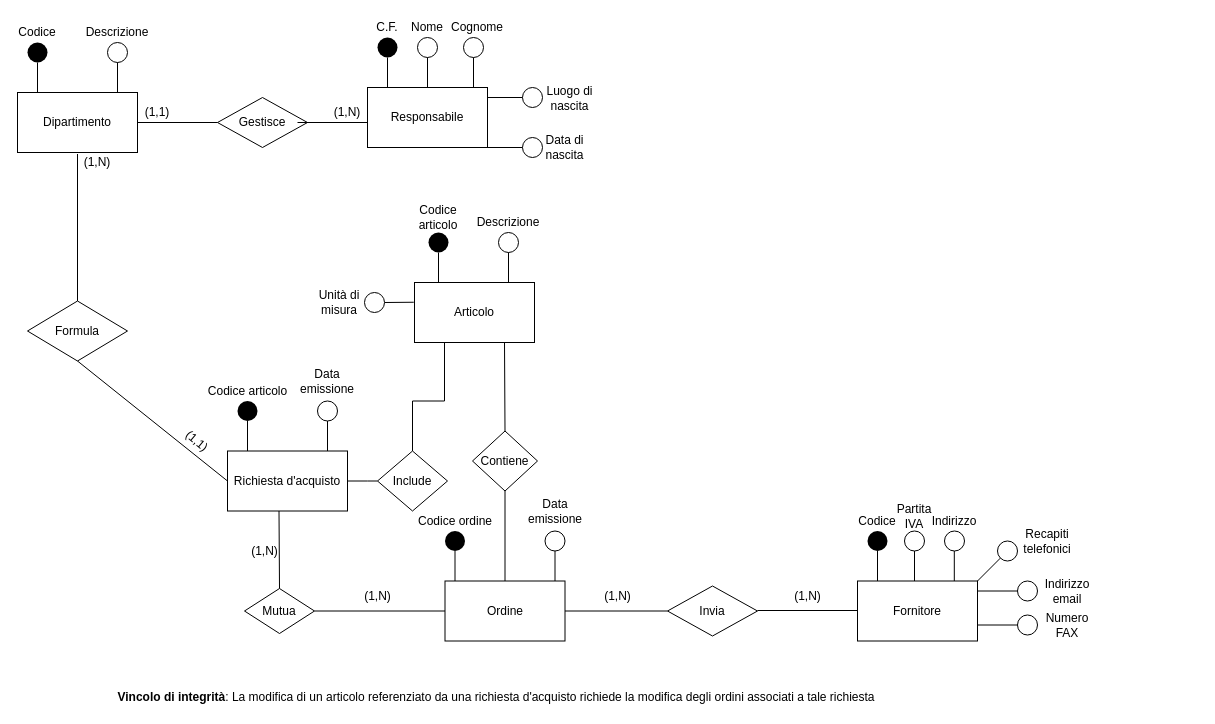
Earlier version of the draw.io diagram newEr.drawio (FraBomba6/Progetto_BdD). Source tidied: cells renumbered, new cells numbered last; positions are measured from the earlier drawing's top-left corner, leaving out a move shared by most shapes. Both pictures are drawn from the tidied source at 100%, with x=0, y=0 at pixel (17, 17).
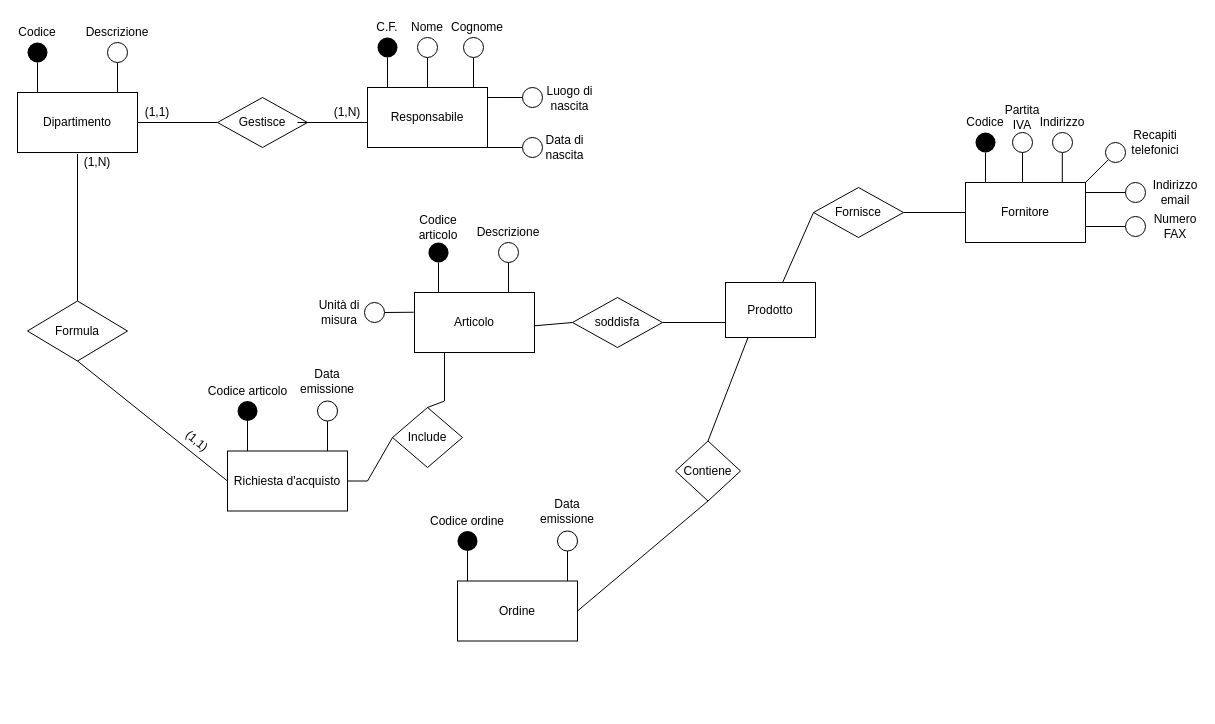
After the change.

The change refers to these unchanged cells:
```xml
<mxCell id="3" value="Ordine" style="rounded=0;whiteSpace=wrap;html=1;" parent="2" vertex="1">
  <mxGeometry y="80" width="120" height="60" as="geometry" />
</mxCell>
<mxCell id="23" value="&lt;div&gt;Fornitore&lt;/div&gt;" style="rounded=0;whiteSpace=wrap;html=1;" parent="22" vertex="1">
  <mxGeometry y="70" width="120" height="60" as="geometry" />
</mxCell>
<mxCell id="45" value="Articolo" style="rounded=0;whiteSpace=wrap;html=1;" parent="44" vertex="1">
  <mxGeometry x="100" y="75" width="120" height="60" as="geometry" />
</mxCell>
```

Diff of the diagram source:
```diff
@@
     <mxCell id="2" style="group;" parent="1" vertex="1">
-      <mxGeometry x="427.5" y="483.5" width="120" height="140" as="geometry" />
+      <mxGeometry x="440" y="483.5" width="120" height="140" as="geometry" />
     </mxCell>
@@
     <mxCell id="22" style="group;" parent="1" vertex="1">
-      <mxGeometry x="840" y="493.5" width="230" height="130" as="geometry" />
+      <mxGeometry x="948" y="95" width="230" height="130" as="geometry" />
     </mxCell>
@@
     <mxCell id="44" style="group;" parent="1" vertex="1">
-      <mxGeometry x="297" y="190" width="329" height="135" as="geometry" />
+      <mxGeometry x="297" y="200" width="348" height="135" as="geometry" />
     </mxCell>
@@
+    <mxCell id="117" value="soddisfa" style="shape=rhombus;perimeter=rhombusPerimeter;whiteSpace=wrap;html=1;align=center;" parent="44" vertex="1">
+      <mxGeometry x="258" y="80" width="90" height="50" as="geometry" />
+    </mxCell>
+    <mxCell id="118" style="endArrow=none;html=1;" parent="44" edge="1" source="117">
+      <mxGeometry relative="1" as="geometry">
+        <mxPoint x="411" y="105" as="targetPoint" />
+      </mxGeometry>
+    </mxCell>
+    <mxCell id="119" style="endArrow=none;html=1;entryX=0;entryY=0.5;entryDx=0;entryDy=0;" parent="44" edge="1" target="117">
+      <mxGeometry relative="1" as="geometry">
+        <mxPoint x="220" y="108.3" as="sourcePoint" />
+      </mxGeometry>
+    </mxCell>
@@
     <mxCell id="67" value="Contiene" style="shape=rhombus;perimeter=rhombusPerimeter;whiteSpace=wrap;html=1;align=center;" parent="1" vertex="1">
-      <mxGeometry x="455" y="413.5" width="65" height="60" as="geometry" />
+      <mxGeometry x="658" y="423.5" width="65" height="60" as="geometry" />
     </mxCell>
     <mxCell id="68" value="Include" style="shape=rhombus;perimeter=rhombusPerimeter;whiteSpace=wrap;html=1;align=center;" parent="1" vertex="1">
-      <mxGeometry x="360" y="433.5" width="70" height="60" as="geometry" />
+      <mxGeometry x="375" y="390" width="70" height="60" as="geometry" />
     </mxCell>
@@
-    <mxCell id="70" value="Invia" style="shape=rhombus;perimeter=rhombusPerimeter;whiteSpace=wrap;html=1;align=center;" parent="1" vertex="1">
-      <mxGeometry x="650" y="568.5" width="90" height="50" as="geometry" />
+    <mxCell id="70" value="Fornisce" style="shape=rhombus;perimeter=rhombusPerimeter;whiteSpace=wrap;html=1;align=center;" parent="1" vertex="1">
+      <mxGeometry x="796" y="170" width="90" height="50" as="geometry" />
     </mxCell>
-    <mxCell id="71" value="Mutua" style="shape=rhombus;perimeter=rhombusPerimeter;whiteSpace=wrap;html=1;align=center;rotation=0;" parent="1" vertex="1">
-      <mxGeometry x="227" y="571" width="70" height="45" as="geometry" />
-    </mxCell>
-    <mxCell id="72" style="endArrow=none;html=1;entryX=0;entryY=0.5;entryDx=0;entryDy=0;exitX=1;exitY=0.5;exitDx=0;exitDy=0;" parent="1" edge="1">
-      <mxGeometry relative="1" as="geometry">
-        <mxPoint x="740" y="593" as="sourcePoint" />
-        <mxPoint x="840" y="593" as="targetPoint" />
-      </mxGeometry>
+    <mxCell id="72" style="endArrow=none;html=1;" parent="1" edge="1" source="70" target="23">
+      <mxGeometry relative="1" as="geometry" />
     </mxCell>
-    <mxCell id="73" style="endArrow=none;html=1;rounded=0;entryX=0;entryY=0.5;entryDx=0;entryDy=0;exitX=1;exitY=0.5;exitDx=0;exitDy=0;" parent="1" edge="1" source="3" target="70">
-      <mxGeometry relative="1" as="geometry" />
-    </mxCell>
-    <mxCell id="74" style="html=1;align=left;verticalAlign=bottom;" parent="73" vertex="1">
-      <mxGeometry x="-1" relative="1" as="geometry" />
-    </mxCell>
@@
-    <mxCell id="76" value="(1,N)" style="text;html=1;align=center;verticalAlign=middle;" parent="1" vertex="1">
-      <mxGeometry x="580" y="568.5" width="40" height="20" as="geometry" />
-    </mxCell>
@@
-    <mxCell id="79" value="(1,N)" style="text;html=1;align=center;verticalAlign=middle;" parent="1" vertex="1">
-      <mxGeometry x="770" y="568.5" width="40" height="20" as="geometry" />
-    </mxCell>
@@
-    <mxCell id="81" style="endArrow=none;html=1;rounded=0;entryX=0.5;entryY=0;entryDx=0;entryDy=0;" parent="1" edge="1" target="71">
-      <mxGeometry relative="1" as="geometry">
-        <mxPoint x="261.5" y="493.5" as="sourcePoint" />
-      </mxGeometry>
-    </mxCell>
-    <mxCell id="82" style="html=1;align=left;verticalAlign=bottom;" parent="81" vertex="1">
-      <mxGeometry x="-1" relative="1" as="geometry" />
-    </mxCell>
-    <mxCell id="83" style="endArrow=none;html=1;rounded=0;exitX=1;exitY=0.5;exitDx=0;exitDy=0;entryX=0;entryY=0.5;entryDx=0;entryDy=0;" parent="1" edge="1" source="71" target="3">
-      <mxGeometry relative="1" as="geometry" />
-    </mxCell>
-    <mxCell id="84" style="html=1;align=left;verticalAlign=bottom;" parent="83" vertex="1">
-      <mxGeometry x="-1" relative="1" as="geometry" />
-    </mxCell>
-    <mxCell id="85" value="(1,N)" style="text;html=1;align=center;verticalAlign=middle;rotation=0;" parent="1" vertex="1">
-      <mxGeometry x="227" y="523.5" width="40" height="20" as="geometry" />
-    </mxCell>
-    <mxCell id="86" value="(1,N)" style="text;html=1;align=center;verticalAlign=middle;rotation=0;" parent="1" vertex="1">
-      <mxGeometry x="340" y="568.5" width="40" height="20" as="geometry" />
-    </mxCell>
@@
     <mxCell id="91" style="endArrow=none;html=1;rounded=0;entryX=0.25;entryY=1;entryDx=0;entryDy=0;exitX=0.5;exitY=0;exitDx=0;exitDy=0;" parent="1" edge="1" source="68" target="45">
       <mxGeometry relative="1" as="geometry">
         <Array as="points">
-          <mxPoint x="395" y="383.5" />
           <mxPoint x="427" y="383.5" />
         </Array>
       </mxGeometry>
     </mxCell>
-    <mxCell id="92" style="endArrow=none;html=1;rounded=0;exitX=0.75;exitY=1;exitDx=0;exitDy=0;entryX=0.5;entryY=0;entryDx=0;entryDy=0;" parent="1" edge="1" source="45" target="67">
+    <mxCell id="92" style="endArrow=none;html=1;rounded=0;exitX=0.25;exitY=1;exitDx=0;exitDy=0;entryX=0.5;entryY=0;entryDx=0;entryDy=0;" parent="1" edge="1" source="121" target="67">
       <mxGeometry relative="1" as="geometry" />
     </mxCell>
-    <mxCell id="93" style="endArrow=none;html=1;rounded=0;entryX=0.5;entryY=1;entryDx=0;entryDy=0;" parent="1" edge="1" source="3" target="67">
+    <mxCell id="93" style="endArrow=none;html=1;rounded=0;entryX=0.5;entryY=1;entryDx=0;entryDy=0;exitX=1;exitY=0.5;exitDx=0;exitDy=0;" parent="1" edge="1" source="3" target="67">
       <mxGeometry relative="1" as="geometry" />
     </mxCell>
@@
-    <mxCell id="116" value="&lt;b&gt;Vincolo di integrità&lt;/b&gt;: La modifica di un articolo referenziato da una richiesta d'acquisto richiede la modifica degli ordini associati a tale richiesta" style="text;html=1;strokeColor=none;fillColor=none;align=center;verticalAlign=middle;whiteSpace=wrap;rounded=0;" parent="1" vertex="1">
-      <mxGeometry x="80" y="670" width="798" height="20" as="geometry" />
-    </mxCell>
+    <mxCell id="120" style="endArrow=none;html=1;entryX=0;entryY=0.5;entryDx=0;entryDy=0;" parent="1" edge="1" source="121" target="70">
+      <mxGeometry relative="1" as="geometry" />
+    </mxCell>
+    <mxCell id="121" value="Prodotto" style="rounded=0;whiteSpace=wrap;html=1;" parent="1" vertex="1">
+      <mxGeometry x="708" y="265" width="90" height="55" as="geometry" />
+    </mxCell>
```
